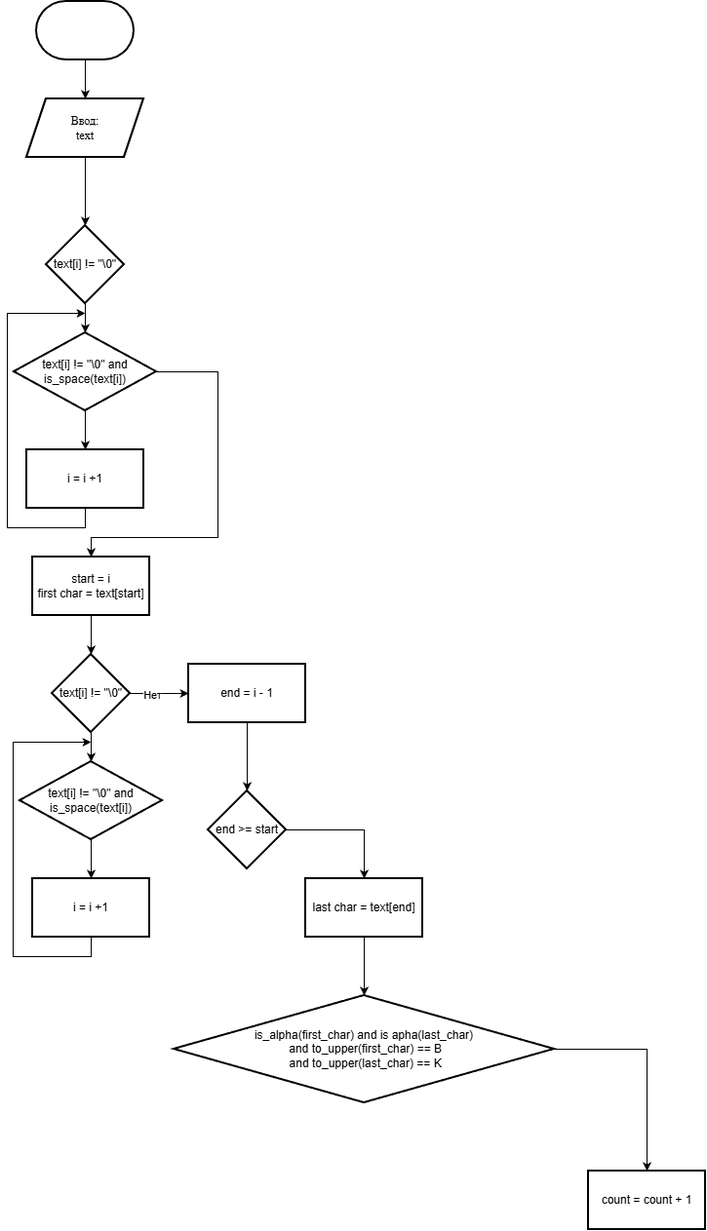
The draw.io diagram лабы/laba 7/Диаграмма без названия.drawio.png in game552/inf_Home_work_and_labs, before a commit. Source tidied: cells renumbered, new cells last; positions are measured from the earlier drawing's top-left corner, leaving out a move shared by most shapes. The source it was exported from:
```xml
<mxGraphModel>
  <root>
    <mxCell id="0" />
    <mxCell id="1" parent="0" />
    <mxCell id="2" style="edgeStyle=orthogonalEdgeStyle;rounded=0;jettySize=auto;html=1;" parent="1" edge="1" source="3" target="5">
      <mxGeometry relative="1" as="geometry" />
    </mxCell>
    <mxCell id="3" style="strokeWidth=2;html=1;shape=mxgraph.flowchart.terminator;whiteSpace=wrap;" parent="1" vertex="1">
      <mxGeometry x="30" width="100" height="60" as="geometry" />
    </mxCell>
    <mxCell id="4" style="edgeStyle=orthogonalEdgeStyle;rounded=0;jettySize=auto;html=1;" parent="1" edge="1" source="5" target="7">
      <mxGeometry relative="1" as="geometry" />
    </mxCell>
    <mxCell id="5" value="&lt;font face=&quot;Times New Roman&quot;&gt;Ввод:&lt;/font&gt;&lt;div&gt;&lt;font face=&quot;Times New Roman&quot;&gt;text&lt;/font&gt;&lt;/div&gt;" style="shape=parallelogram;perimeter=parallelogramPerimeter;whiteSpace=wrap;html=1;fixedSize=1;strokeWidth=2;" parent="1" vertex="1">
      <mxGeometry x="20" y="100" width="120" height="60" as="geometry" />
    </mxCell>
    <mxCell id="6" style="edgeStyle=orthogonalEdgeStyle;rounded=0;jettySize=auto;html=1;" parent="1" edge="1" source="7" target="10">
      <mxGeometry relative="1" as="geometry" />
    </mxCell>
    <mxCell id="7" value="text[i] != &quot;\0&quot;" style="rhombus;whiteSpace=wrap;html=1;strokeWidth=2;" parent="1" vertex="1">
      <mxGeometry x="40" y="230" width="80" height="80" as="geometry" />
    </mxCell>
    <mxCell id="8" style="edgeStyle=orthogonalEdgeStyle;rounded=0;jettySize=auto;html=1;" parent="1" edge="1" source="10" target="12">
      <mxGeometry relative="1" as="geometry" />
    </mxCell>
    <mxCell id="9" style="edgeStyle=orthogonalEdgeStyle;rounded=0;jettySize=auto;html=1;exitX=1;exitY=0.5;exitDx=0;exitDy=0;" parent="1" edge="1" source="10" target="14">
      <mxGeometry relative="1" as="geometry">
        <Array as="points">
          <mxPoint x="216" y="380" />
          <mxPoint x="216" y="550" />
          <mxPoint x="86" y="550" />
        </Array>
      </mxGeometry>
    </mxCell>
    <mxCell id="10" value="text[i] != &quot;\0&quot; and is_space(text[i])" style="rhombus;whiteSpace=wrap;html=1;strokeWidth=2;" parent="1" vertex="1">
      <mxGeometry x="7" y="340" width="146" height="80" as="geometry" />
    </mxCell>
    <mxCell id="11" style="edgeStyle=orthogonalEdgeStyle;rounded=0;jettySize=auto;html=1;exitX=0.5;exitY=1;exitDx=0;exitDy=0;" parent="1" edge="1" source="12">
      <mxGeometry relative="1" as="geometry">
        <mxPoint x="80" y="320" as="targetPoint" />
        <Array as="points">
          <mxPoint x="80" y="540" />
          <mxPoint y="540" />
          <mxPoint y="320" />
        </Array>
      </mxGeometry>
    </mxCell>
    <mxCell id="12" value="i = i +1" style="whiteSpace=wrap;html=1;strokeWidth=2;" parent="1" vertex="1">
      <mxGeometry x="20" y="460" width="120" height="60" as="geometry" />
    </mxCell>
    <mxCell id="13" style="edgeStyle=orthogonalEdgeStyle;rounded=0;jettySize=auto;html=1;exitX=0.5;exitY=1;exitDx=0;exitDy=0;entryX=0.5;entryY=0;entryDx=0;entryDy=0;" parent="1" edge="1" source="14" target="18">
      <mxGeometry relative="1" as="geometry" />
    </mxCell>
    <mxCell id="14" value="start = i&lt;div&gt;first char = text[start]&lt;/div&gt;" style="whiteSpace=wrap;html=1;strokeWidth=2;" parent="1" vertex="1">
      <mxGeometry x="26" y="570" width="120" height="60" as="geometry" />
    </mxCell>
    <mxCell id="15" style="edgeStyle=orthogonalEdgeStyle;rounded=0;jettySize=auto;html=1;" parent="1" edge="1" source="18" target="20">
      <mxGeometry relative="1" as="geometry" />
    </mxCell>
    <mxCell id="16" style="edgeStyle=orthogonalEdgeStyle;rounded=0;jettySize=auto;html=1;" parent="1" edge="1" source="18" target="24">
      <mxGeometry relative="1" as="geometry" />
    </mxCell>
    <mxCell id="17" value="Нет" style="edgeLabel;html=1;align=center;verticalAlign=middle;" parent="16" vertex="1">
      <mxGeometry x="-0.25" y="-1" relative="1" as="geometry" />
    </mxCell>
    <mxCell id="18" value="text[i] != &quot;\0&quot;" style="rhombus;whiteSpace=wrap;html=1;strokeWidth=2;" parent="1" vertex="1">
      <mxGeometry x="46" y="670" width="80" height="80" as="geometry" />
    </mxCell>
    <mxCell id="19" style="edgeStyle=orthogonalEdgeStyle;rounded=0;jettySize=auto;html=1;" parent="1" edge="1" source="20" target="22">
      <mxGeometry relative="1" as="geometry" />
    </mxCell>
    <mxCell id="20" value="text[i] != &quot;\0&quot; and is_space(text[i])" style="rhombus;whiteSpace=wrap;html=1;strokeWidth=2;" parent="1" vertex="1">
      <mxGeometry x="13" y="780" width="146" height="80" as="geometry" />
    </mxCell>
    <mxCell id="21" style="edgeStyle=orthogonalEdgeStyle;rounded=0;jettySize=auto;html=1;exitX=0.5;exitY=1;exitDx=0;exitDy=0;" parent="1" edge="1" source="22">
      <mxGeometry relative="1" as="geometry">
        <mxPoint x="86" y="760" as="targetPoint" />
        <Array as="points">
          <mxPoint x="86" y="980" />
          <mxPoint x="6" y="980" />
          <mxPoint x="6" y="760" />
        </Array>
      </mxGeometry>
    </mxCell>
    <mxCell id="22" value="i = i +1" style="whiteSpace=wrap;html=1;strokeWidth=2;" parent="1" vertex="1">
      <mxGeometry x="26" y="900" width="120" height="60" as="geometry" />
    </mxCell>
    <mxCell id="23" style="edgeStyle=orthogonalEdgeStyle;rounded=0;jettySize=auto;html=1;" parent="1" edge="1" source="24" target="26">
      <mxGeometry relative="1" as="geometry" />
    </mxCell>
    <mxCell id="24" value="end = i - 1" style="whiteSpace=wrap;html=1;strokeWidth=2;" parent="1" vertex="1">
      <mxGeometry x="186" y="680" width="120" height="60" as="geometry" />
    </mxCell>
    <mxCell id="25" style="edgeStyle=orthogonalEdgeStyle;rounded=0;jettySize=auto;html=1;" parent="1" edge="1" source="26" target="28">
      <mxGeometry relative="1" as="geometry" />
    </mxCell>
    <mxCell id="26" value="end &amp;gt;= start" style="rhombus;whiteSpace=wrap;html=1;strokeWidth=2;" parent="1" vertex="1">
      <mxGeometry x="206" y="810" width="80" height="80" as="geometry" />
    </mxCell>
    <mxCell id="27" style="edgeStyle=orthogonalEdgeStyle;rounded=0;jettySize=auto;html=1;" parent="1" edge="1" source="28" target="30">
      <mxGeometry relative="1" as="geometry" />
    </mxCell>
    <mxCell id="28" value="last char = text[end]" style="whiteSpace=wrap;html=1;strokeWidth=2;" parent="1" vertex="1">
      <mxGeometry x="306" y="900" width="120" height="60" as="geometry" />
    </mxCell>
    <mxCell id="29" style="edgeStyle=orthogonalEdgeStyle;rounded=0;jettySize=auto;html=1;" parent="1" edge="1" source="30" target="31">
      <mxGeometry relative="1" as="geometry" />
    </mxCell>
    <mxCell id="30" value="is_alpha(first_char) and is apha(last_char)&lt;div&gt;&amp;nbsp;and to_upper(first_char) == B&lt;/div&gt;&lt;div&gt;&amp;nbsp;and to_upper(last_char) == K&lt;/div&gt;" style="rhombus;whiteSpace=wrap;html=1;strokeWidth=2;" parent="1" vertex="1">
      <mxGeometry x="171" y="1020" width="390" height="110" as="geometry" />
    </mxCell>
    <mxCell id="31" value="count = count + 1" style="whiteSpace=wrap;html=1;strokeWidth=2;" parent="1" vertex="1">
      <mxGeometry x="596" y="1200" width="120" height="60" as="geometry" />
    </mxCell>
  </root>
</mxGraphModel>
```
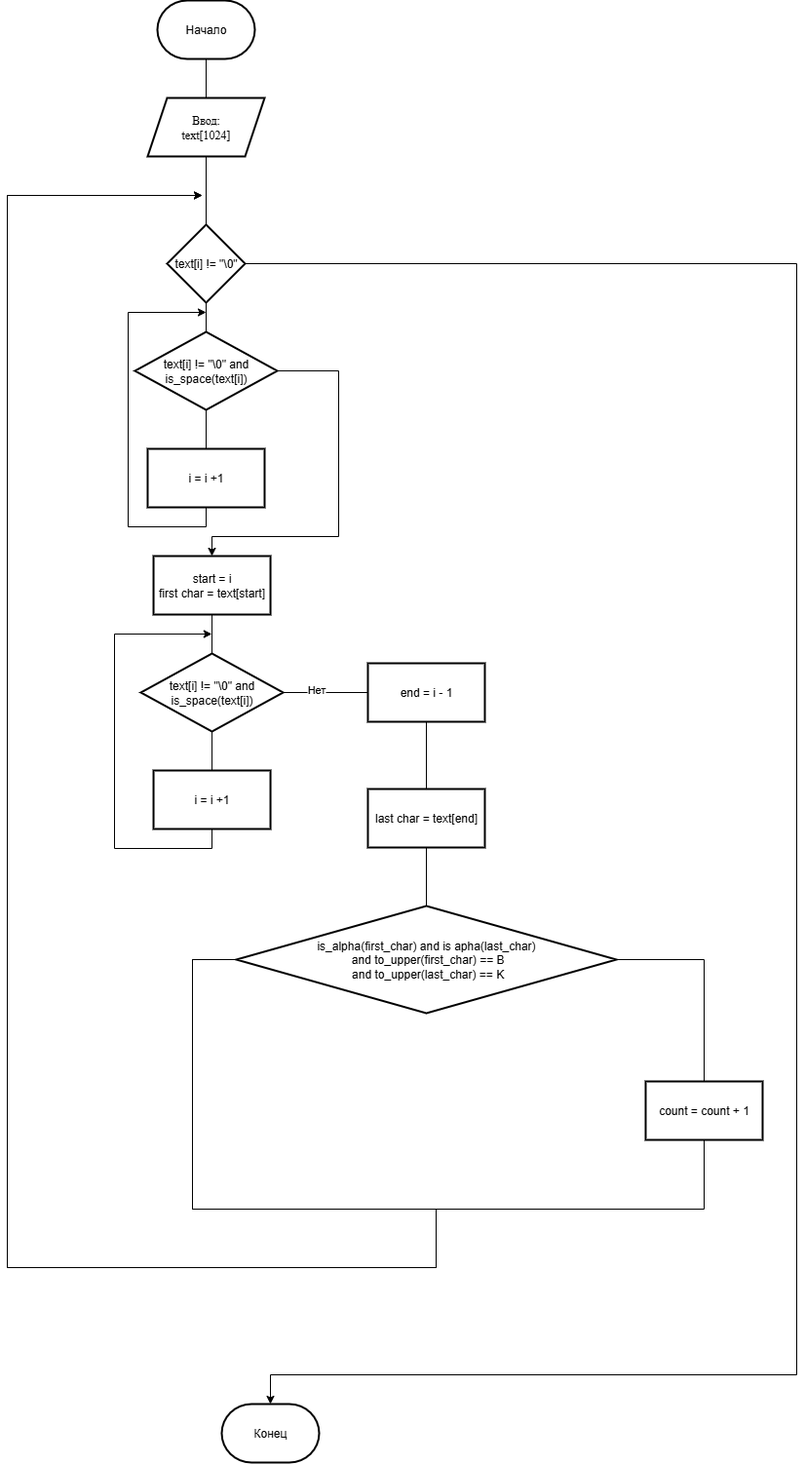
The same file after the commit.

Commit message:
добавил схемы алгоритмов для 7, 8 лабы

Diff of the diagram source:
```diff
@@ -2,25 +2,34 @@
   <root>
     <mxCell id="0" />
     <mxCell id="1" parent="0" />
-    <mxCell id="2" style="edgeStyle=orthogonalEdgeStyle;rounded=0;jettySize=auto;html=1;" parent="1" edge="1" source="3" target="5">
+    <mxCell id="2" style="edgeStyle=orthogonalEdgeStyle;rounded=0;jettySize=auto;html=1;endArrow=none;endFill=0;" parent="1" edge="1" source="3" target="5">
       <mxGeometry relative="1" as="geometry" />
     </mxCell>
-    <mxCell id="3" style="strokeWidth=2;html=1;shape=mxgraph.flowchart.terminator;whiteSpace=wrap;" parent="1" vertex="1">
+    <mxCell id="3" value="Начало" style="strokeWidth=2;html=1;shape=mxgraph.flowchart.terminator;whiteSpace=wrap;" parent="1" vertex="1">
       <mxGeometry x="30" width="100" height="60" as="geometry" />
     </mxCell>
-    <mxCell id="4" style="edgeStyle=orthogonalEdgeStyle;rounded=0;jettySize=auto;html=1;" parent="1" edge="1" source="5" target="7">
+    <mxCell id="4" style="edgeStyle=orthogonalEdgeStyle;rounded=0;jettySize=auto;html=1;endArrow=none;endFill=0;" parent="1" edge="1" source="5" target="7">
       <mxGeometry relative="1" as="geometry" />
     </mxCell>
-    <mxCell id="5" value="&lt;font face=&quot;Times New Roman&quot;&gt;Ввод:&lt;/font&gt;&lt;div&gt;&lt;font face=&quot;Times New Roman&quot;&gt;text&lt;/font&gt;&lt;/div&gt;" style="shape=parallelogram;perimeter=parallelogramPerimeter;whiteSpace=wrap;html=1;fixedSize=1;strokeWidth=2;" parent="1" vertex="1">
+    <mxCell id="5" value="&lt;font face=&quot;Times New Roman&quot;&gt;Ввод:&lt;/font&gt;&lt;div&gt;&lt;font face=&quot;Times New Roman&quot;&gt;text[1024]&lt;/font&gt;&lt;/div&gt;" style="shape=parallelogram;perimeter=parallelogramPerimeter;whiteSpace=wrap;html=1;fixedSize=1;strokeWidth=2;" parent="1" vertex="1">
       <mxGeometry x="20" y="100" width="120" height="60" as="geometry" />
     </mxCell>
-    <mxCell id="6" style="edgeStyle=orthogonalEdgeStyle;rounded=0;jettySize=auto;html=1;" parent="1" edge="1" source="7" target="10">
+    <mxCell id="6" style="edgeStyle=orthogonalEdgeStyle;rounded=0;jettySize=auto;html=1;endArrow=none;endFill=0;" parent="1" edge="1" source="7" target="10">
       <mxGeometry relative="1" as="geometry" />
     </mxCell>
+    <mxCell id="32" style="edgeStyle=orthogonalEdgeStyle;rounded=0;jettySize=auto;html=1;exitX=1;exitY=0.5;exitDx=0;exitDy=0;entryX=0.5;entryY=0;entryDx=0;entryDy=0;entryPerimeter=0;" parent="1" edge="1" source="7" target="38">
+      <mxGeometry relative="1" as="geometry">
+        <Array as="points">
+          <mxPoint x="686" y="270" />
+          <mxPoint x="686" y="1410" />
+          <mxPoint x="146" y="1410" />
+        </Array>
+      </mxGeometry>
+    </mxCell>
     <mxCell id="7" value="text[i] != &quot;\0&quot;" style="rhombus;whiteSpace=wrap;html=1;strokeWidth=2;" parent="1" vertex="1">
       <mxGeometry x="40" y="230" width="80" height="80" as="geometry" />
     </mxCell>
-    <mxCell id="8" style="edgeStyle=orthogonalEdgeStyle;rounded=0;jettySize=auto;html=1;" parent="1" edge="1" source="10" target="12">
+    <mxCell id="8" style="edgeStyle=orthogonalEdgeStyle;rounded=0;jettySize=auto;html=1;endArrow=none;endFill=0;" parent="1" edge="1" source="10" target="12">
       <mxGeometry relative="1" as="geometry" />
     </mxCell>
     <mxCell id="9" style="edgeStyle=orthogonalEdgeStyle;rounded=0;jettySize=auto;html=1;exitX=1;exitY=0.5;exitDx=0;exitDy=0;" parent="1" edge="1" source="10" target="14">
@@ -48,69 +57,100 @@
     <mxCell id="12" value="i = i +1" style="whiteSpace=wrap;html=1;strokeWidth=2;" parent="1" vertex="1">
       <mxGeometry x="20" y="460" width="120" height="60" as="geometry" />
     </mxCell>
-    <mxCell id="13" style="edgeStyle=orthogonalEdgeStyle;rounded=0;jettySize=auto;html=1;exitX=0.5;exitY=1;exitDx=0;exitDy=0;entryX=0.5;entryY=0;entryDx=0;entryDy=0;" parent="1" edge="1" source="14" target="18">
-      <mxGeometry relative="1" as="geometry" />
+    <mxCell id="13" style="edgeStyle=orthogonalEdgeStyle;rounded=0;jettySize=auto;html=1;exitX=0.5;exitY=1;exitDx=0;exitDy=0;entryX=0.5;entryY=0;entryDx=0;entryDy=0;endArrow=none;endFill=0;" parent="1" edge="1" source="14">
+      <mxGeometry relative="1" as="geometry">
+        <mxPoint x="86" y="670" as="targetPoint" />
+      </mxGeometry>
     </mxCell>
     <mxCell id="14" value="start = i&lt;div&gt;first char = text[start]&lt;/div&gt;" style="whiteSpace=wrap;html=1;strokeWidth=2;" parent="1" vertex="1">
       <mxGeometry x="26" y="570" width="120" height="60" as="geometry" />
     </mxCell>
-    <mxCell id="15" style="edgeStyle=orthogonalEdgeStyle;rounded=0;jettySize=auto;html=1;" parent="1" edge="1" source="18" target="20">
-      <mxGeometry relative="1" as="geometry" />
-    </mxCell>
-    <mxCell id="16" style="edgeStyle=orthogonalEdgeStyle;rounded=0;jettySize=auto;html=1;" parent="1" edge="1" source="18" target="24">
-      <mxGeometry relative="1" as="geometry" />
-    </mxCell>
+    <mxCell id="19" style="edgeStyle=orthogonalEdgeStyle;rounded=0;jettySize=auto;html=1;endArrow=none;endFill=0;" parent="1" edge="1" source="20" target="22">
+      <mxGeometry relative="1" as="geometry" />
+    </mxCell>
+    <mxCell id="33" style="edgeStyle=orthogonalEdgeStyle;rounded=0;jettySize=auto;html=1;exitX=1;exitY=0.5;exitDx=0;exitDy=0;entryX=0;entryY=0.5;entryDx=0;entryDy=0;endArrow=none;endFill=0;" parent="1" edge="1" source="20" target="24">
+      <mxGeometry relative="1" as="geometry" />
+    </mxCell>
-    <mxCell id="17" value="Нет" style="edgeLabel;html=1;align=center;verticalAlign=middle;" parent="16" vertex="1">
-      <mxGeometry x="-0.25" y="-1" relative="1" as="geometry" />
+    <mxCell id="17" value="Нет" style="edgeLabel;html=1;align=center;verticalAlign=middle;" parent="33" vertex="1">
+      <mxGeometry x="-0.23" y="3" relative="1" as="geometry" />
     </mxCell>
-    <mxCell id="18" value="text[i] != &quot;\0&quot;" style="rhombus;whiteSpace=wrap;html=1;strokeWidth=2;" parent="1" vertex="1">
-      <mxGeometry x="46" y="670" width="80" height="80" as="geometry" />
-    </mxCell>
-    <mxCell id="19" style="edgeStyle=orthogonalEdgeStyle;rounded=0;jettySize=auto;html=1;" parent="1" edge="1" source="20" target="22">
-      <mxGeometry relative="1" as="geometry" />
-    </mxCell>
     <mxCell id="20" value="text[i] != &quot;\0&quot; and is_space(text[i])" style="rhombus;whiteSpace=wrap;html=1;strokeWidth=2;" parent="1" vertex="1">
-      <mxGeometry x="13" y="780" width="146" height="80" as="geometry" />
+      <mxGeometry x="13" y="670" width="146" height="80" as="geometry" />
     </mxCell>
-    <mxCell id="21" style="edgeStyle=orthogonalEdgeStyle;rounded=0;jettySize=auto;html=1;exitX=0.5;exitY=1;exitDx=0;exitDy=0;" parent="1" edge="1" source="22">
-      <mxGeometry relative="1" as="geometry">
-        <mxPoint x="86" y="760" as="targetPoint" />
-        <Array as="points">
-          <mxPoint x="86" y="980" />
-          <mxPoint x="6" y="980" />
-          <mxPoint x="6" y="760" />
-        </Array>
-      </mxGeometry>
-    </mxCell>
+    <mxCell id="34" style="edgeStyle=orthogonalEdgeStyle;rounded=0;jettySize=auto;html=1;exitX=0.5;exitY=1;exitDx=0;exitDy=0;" parent="1" edge="1" source="22">
+      <mxGeometry relative="1" as="geometry">
+        <mxPoint x="85.8" y="650" as="targetPoint" />
+        <Array as="points">
+          <mxPoint x="86" y="870" />
+          <mxPoint x="-14" y="870" />
+          <mxPoint x="-14" y="650" />
+        </Array>
+      </mxGeometry>
+    </mxCell>
     <mxCell id="22" value="i = i +1" style="whiteSpace=wrap;html=1;strokeWidth=2;" parent="1" vertex="1">
-      <mxGeometry x="26" y="900" width="120" height="60" as="geometry" />
+      <mxGeometry x="26" y="790" width="120" height="60" as="geometry" />
     </mxCell>
-    <mxCell id="23" style="edgeStyle=orthogonalEdgeStyle;rounded=0;jettySize=auto;html=1;" parent="1" edge="1" source="24" target="26">
-      <mxGeometry relative="1" as="geometry" />
+    <mxCell id="23" style="edgeStyle=orthogonalEdgeStyle;rounded=0;orthogonalLoop=1;jettySize=auto;html=1;endArrow=none;endFill=0;" parent="1" edge="1">
+      <mxGeometry relative="1" as="geometry">
+        <mxPoint x="306" y="740" as="sourcePoint" />
+        <mxPoint x="306" y="810" as="targetPoint" />
+      </mxGeometry>
     </mxCell>
     <mxCell id="24" value="end = i - 1" style="whiteSpace=wrap;html=1;strokeWidth=2;" parent="1" vertex="1">
-      <mxGeometry x="186" y="680" width="120" height="60" as="geometry" />
+      <mxGeometry x="246" y="680" width="120" height="60" as="geometry" />
     </mxCell>
-    <mxCell id="25" style="edgeStyle=orthogonalEdgeStyle;rounded=0;jettySize=auto;html=1;" parent="1" edge="1" source="26" target="28">
-      <mxGeometry relative="1" as="geometry" />
-    </mxCell>
-    <mxCell id="26" value="end &amp;gt;= start" style="rhombus;whiteSpace=wrap;html=1;strokeWidth=2;" parent="1" vertex="1">
-      <mxGeometry x="206" y="810" width="80" height="80" as="geometry" />
-    </mxCell>
-    <mxCell id="27" style="edgeStyle=orthogonalEdgeStyle;rounded=0;jettySize=auto;html=1;" parent="1" edge="1" source="28" target="30">
+    <mxCell id="27" style="edgeStyle=orthogonalEdgeStyle;rounded=0;jettySize=auto;html=1;exitX=0.5;exitY=1;exitDx=0;exitDy=0;entryX=0.5;entryY=0;entryDx=0;entryDy=0;endArrow=none;endFill=0;" parent="1" edge="1" source="28" target="30">
       <mxGeometry relative="1" as="geometry" />
     </mxCell>
     <mxCell id="28" value="last char = text[end]" style="whiteSpace=wrap;html=1;strokeWidth=2;" parent="1" vertex="1">
-      <mxGeometry x="306" y="900" width="120" height="60" as="geometry" />
+      <mxGeometry x="246" y="809" width="120" height="60" as="geometry" />
     </mxCell>
-    <mxCell id="29" style="edgeStyle=orthogonalEdgeStyle;rounded=0;jettySize=auto;html=1;" parent="1" edge="1" source="30" target="31">
+    <mxCell id="29" style="edgeStyle=orthogonalEdgeStyle;rounded=0;jettySize=auto;html=1;endArrow=none;endFill=0;" parent="1" edge="1" source="30" target="31">
       <mxGeometry relative="1" as="geometry" />
     </mxCell>
+    <mxCell id="35" style="edgeStyle=orthogonalEdgeStyle;rounded=0;jettySize=auto;html=1;exitX=0;exitY=0.5;exitDx=0;exitDy=0;" parent="1" edge="1" source="30">
+      <mxGeometry relative="1" as="geometry">
+        <mxPoint x="76" y="200" as="targetPoint" />
+        <Array as="points">
+          <mxPoint x="66" y="984" />
+          <mxPoint x="66" y="1240" />
+          <mxPoint x="316" y="1240" />
+          <mxPoint x="316" y="1300" />
+          <mxPoint x="-124" y="1300" />
+          <mxPoint x="-124" y="200" />
+        </Array>
+      </mxGeometry>
+    </mxCell>
+    <mxCell id="36" style="edgeStyle=orthogonalEdgeStyle;rounded=0;jettySize=auto;html=1;exitX=0;exitY=0.5;exitDx=0;exitDy=0;endArrow=none;endFill=0;" parent="1" edge="1" source="30">
+      <mxGeometry relative="1" as="geometry">
+        <mxPoint x="316" y="1300" as="targetPoint" />
+        <Array as="points">
+          <mxPoint x="66" y="984" />
+          <mxPoint x="66" y="1240" />
+          <mxPoint x="316" y="1240" />
+        </Array>
+      </mxGeometry>
+    </mxCell>
     <mxCell id="30" value="is_alpha(first_char) and is apha(last_char)&lt;div&gt;&amp;nbsp;and to_upper(first_char) == B&lt;/div&gt;&lt;div&gt;&amp;nbsp;and to_upper(last_char) == K&lt;/div&gt;" style="rhombus;whiteSpace=wrap;html=1;strokeWidth=2;" parent="1" vertex="1">
-      <mxGeometry x="171" y="1020" width="390" height="110" as="geometry" />
+      <mxGeometry x="111" y="929" width="390" height="110" as="geometry" />
     </mxCell>
+    <mxCell id="37" style="edgeStyle=orthogonalEdgeStyle;rounded=0;jettySize=auto;html=1;exitX=0.5;exitY=1;exitDx=0;exitDy=0;" parent="1" edge="1" source="31">
+      <mxGeometry relative="1" as="geometry">
+        <mxPoint x="76" y="200" as="targetPoint" />
+        <Array as="points">
+          <mxPoint x="591" y="1240" />
+          <mxPoint x="316" y="1240" />
+          <mxPoint x="316" y="1300" />
+          <mxPoint x="-124" y="1300" />
+          <mxPoint x="-124" y="200" />
+        </Array>
+      </mxGeometry>
+    </mxCell>
     <mxCell id="31" value="count = count + 1" style="whiteSpace=wrap;html=1;strokeWidth=2;" parent="1" vertex="1">
-      <mxGeometry x="596" y="1200" width="120" height="60" as="geometry" />
+      <mxGeometry x="531" y="1109" width="120" height="60" as="geometry" />
     </mxCell>
+    <mxCell id="38" value="Конец" style="strokeWidth=2;html=1;shape=mxgraph.flowchart.terminator;whiteSpace=wrap;" parent="1" vertex="1">
+      <mxGeometry x="96" y="1440" width="100" height="60" as="geometry" />
+    </mxCell>
   </root>
 </mxGraphModel>
```
